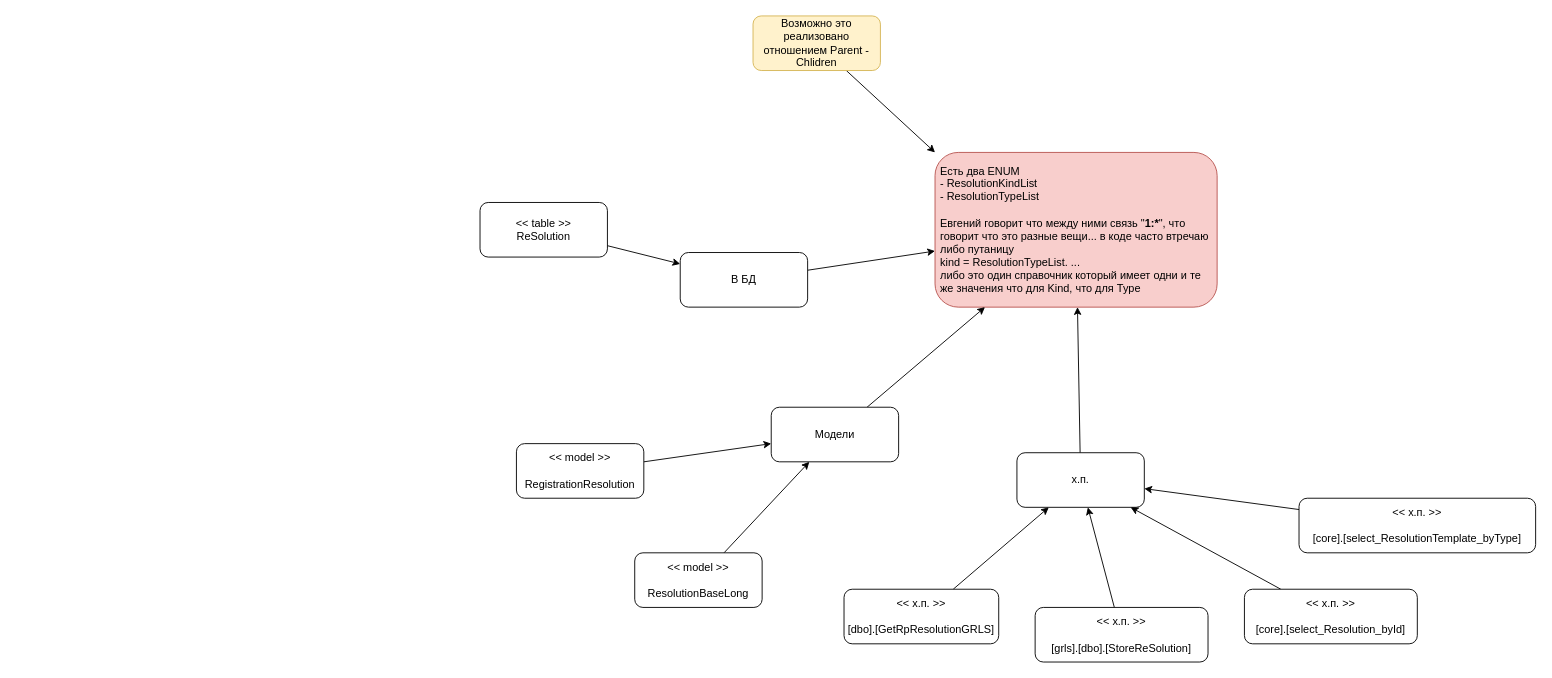
This is Domain/Resolutions/TypeResolutionVSKindResolution.drawio from davyd0ff/so-line-grls, a draw.io file, before an edit. Source tidied: cells renumbered, new cells numbered last; positions are measured from the earlier drawing's top-left corner, leaving out a move shared by most shapes. Both pictures are drawn from the tidied source at 91%, with x=0, y=0 at pixel (480, 15).
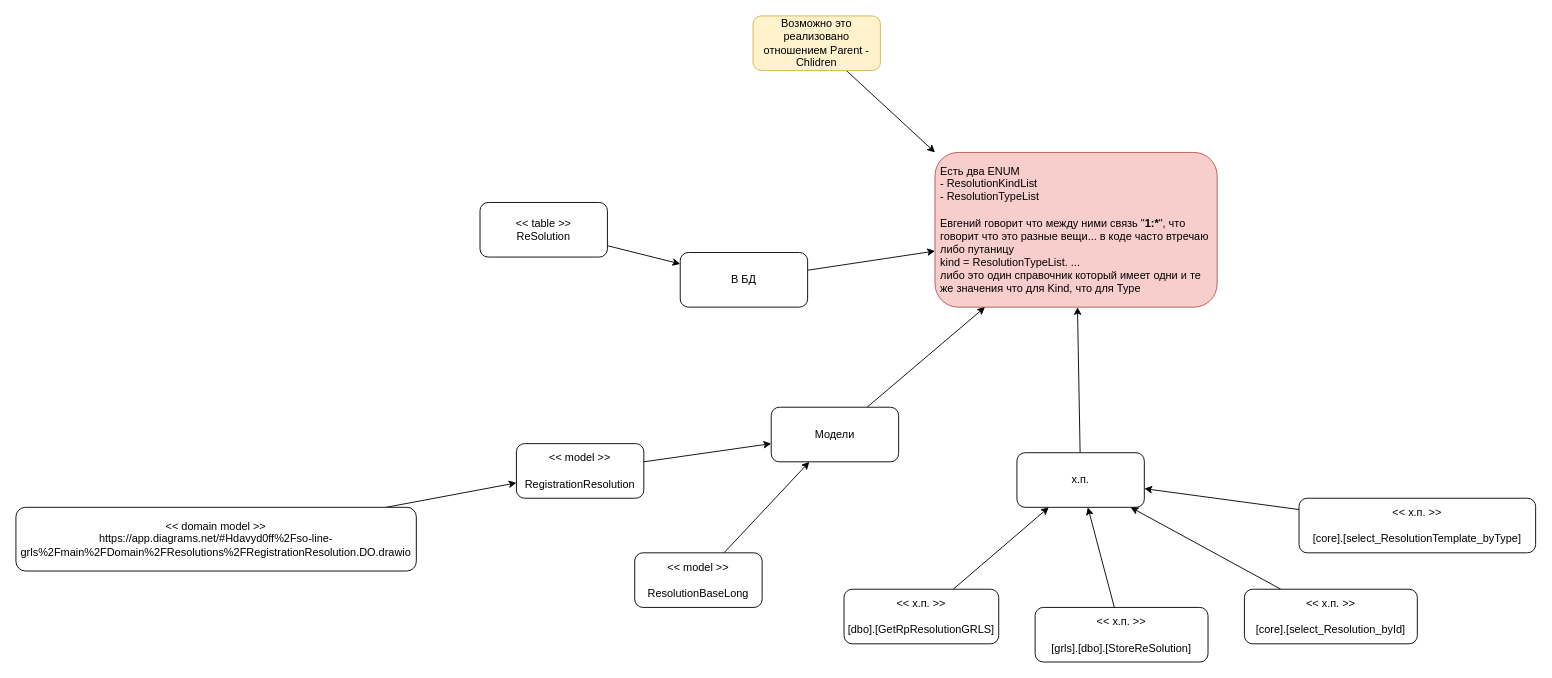
After the change.

The change refers to these unchanged cells:
```xml
<mxCell id="12" value="&amp;lt;&amp;lt; model &amp;gt;&amp;gt;&lt;br&gt;&lt;br&gt;RegistrationResolution" style="rounded=1;whiteSpace=wrap;html=1;" parent="1" vertex="1">
  <mxGeometry x="40" y="470" width="140" height="60" as="geometry" />
</mxCell>
```

Change to the diagram source:
```diff
@@
+    <mxCell id="25" style="edgeStyle=none;rounded=0;jettySize=auto;html=1;" parent="1" edge="1" source="26" target="12">
+      <mxGeometry relative="1" as="geometry" />
+    </mxCell>
+    <mxCell id="26" value="&amp;lt;&amp;lt; domain model &amp;gt;&amp;gt;&lt;br&gt;https://app.diagrams.net/#Hdavyd0ff%2Fso-line-grls%2Fmain%2FDomain%2FResolutions%2FRegistrationResolution.DO.drawio" style="rounded=1;whiteSpace=wrap;html=1;" parent="1" vertex="1">
+      <mxGeometry x="-510" y="540" width="440" height="70" as="geometry" />
+    </mxCell>
```
